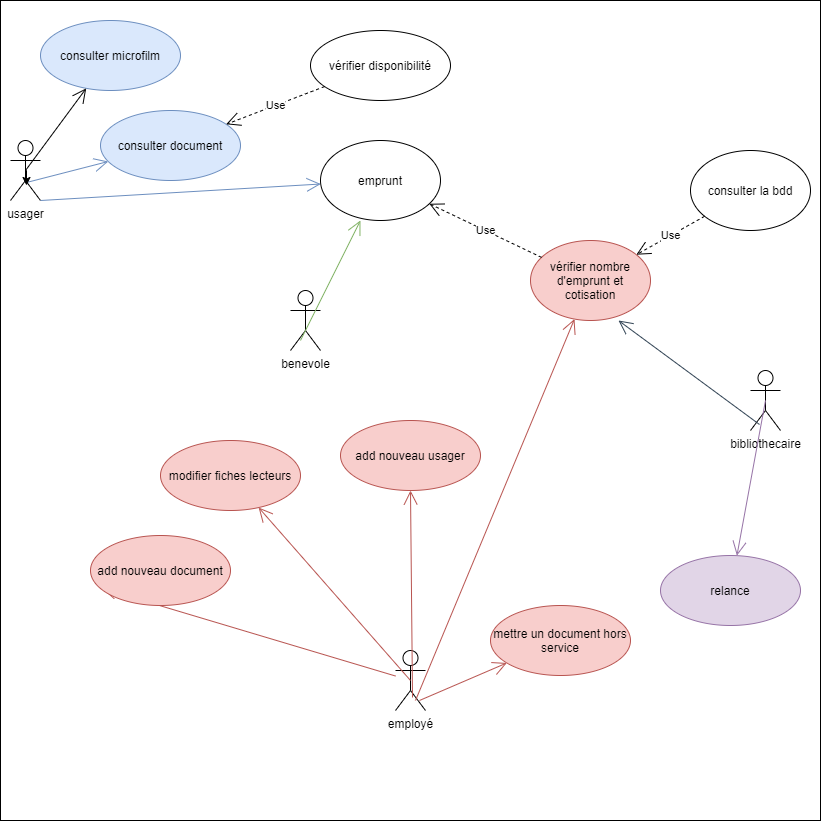
alnarolekoala/CDA keeps this draw.io diagram as Evaluation mediatheque/diagramme cas d'utilisation.png. Above is the earlier version. Source tidied: cells renumbered, new cells last; positions are measured from the earlier drawing's top-left corner, leaving out a move shared by most shapes.
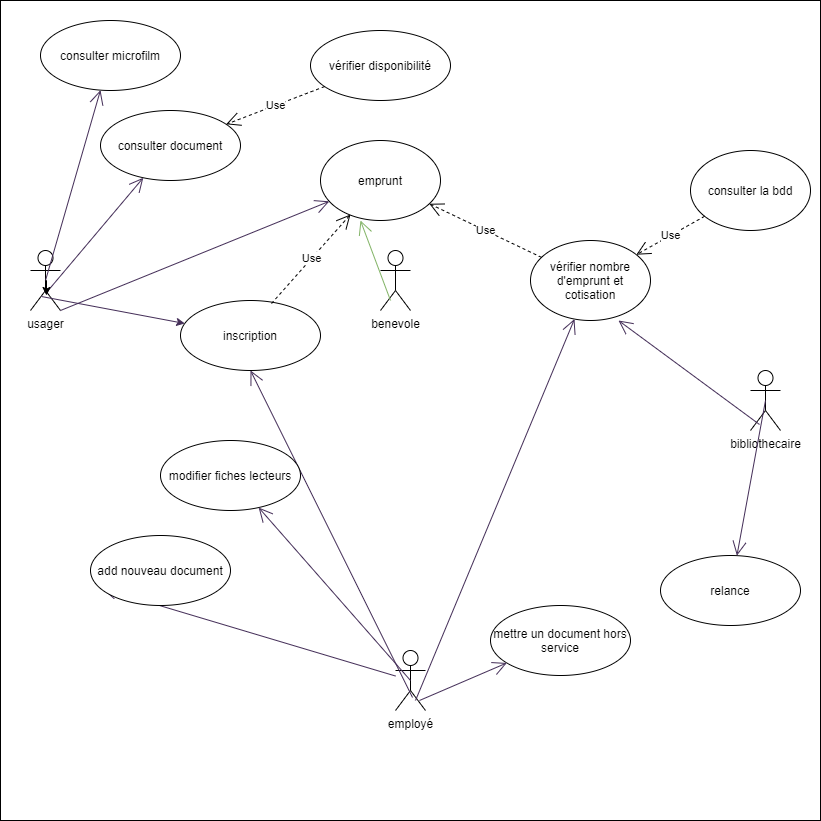
After the commit.

Diff of the diagram source:
```diff
@@ -6,13 +6,13 @@
       <mxGeometry width="820" height="820" as="geometry" />
     </mxCell>
     <mxCell id="3" value="usager" style="shape=umlActor;verticalLabelPosition=bottom;verticalAlign=top;html=1;" parent="1" vertex="1">
-      <mxGeometry x="10" y="140" width="30" height="60" as="geometry" />
+      <mxGeometry x="30" y="250" width="30" height="60" as="geometry" />
     </mxCell>
     <mxCell id="4" value="employé" style="shape=umlActor;verticalLabelPosition=bottom;verticalAlign=top;html=1;" parent="1" vertex="1">
       <mxGeometry x="395" y="650" width="30" height="60" as="geometry" />
     </mxCell>
     <mxCell id="5" value="benevole" style="shape=umlActor;verticalLabelPosition=bottom;verticalAlign=top;html=1;" parent="1" vertex="1">
-      <mxGeometry x="290" y="290" width="30" height="60" as="geometry" />
+      <mxGeometry x="380" y="250" width="30" height="60" as="geometry" />
     </mxCell>
     <mxCell id="6" value="bibliothecaire" style="shape=umlActor;verticalLabelPosition=bottom;verticalAlign=top;html=1;" parent="1" vertex="1">
       <mxGeometry x="750" y="370" width="30" height="60" as="geometry" />
@@ -26,55 +26,55 @@
     <mxCell id="9" value="Use" style="endArrow=open;endSize=12;dashed=1;html=1;" parent="1" edge="1" source="8" target="10">
       <mxGeometry relative="1" as="geometry" />
     </mxCell>
-    <mxCell id="10" value="vérifier nombre d'emprunt et cotisation" style="ellipse;whiteSpace=wrap;html=1;fillColor=#f8cecc;strokeColor=#b85450;" parent="1" vertex="1">
+    <mxCell id="10" value="vérifier nombre d'emprunt et cotisation" style="ellipse;whiteSpace=wrap;html=1;" parent="1" vertex="1">
       <mxGeometry x="530" y="240" width="120" height="80" as="geometry" />
     </mxCell>
     <mxCell id="11" value="Use" style="endArrow=open;endSize=12;dashed=1;html=1;" parent="1" edge="1" source="10" target="7">
       <mxGeometry relative="1" as="geometry" />
     </mxCell>
-    <mxCell id="12" style="endArrow=open;endFill=1;endSize=12;html=1;exitX=1;exitY=1;exitDx=0;exitDy=0;exitPerimeter=0;fillColor=#dae8fc;strokeColor=#6c8ebf;" parent="1" edge="1" source="3" target="7">
+    <mxCell id="12" style="endArrow=open;endFill=1;endSize=12;html=1;exitX=1;exitY=1;exitDx=0;exitDy=0;exitPerimeter=0;fillColor=#76608a;strokeColor=#432D57;" parent="1" edge="1" source="3" target="7">
       <mxGeometry relative="1" as="geometry" />
     </mxCell>
-    <mxCell id="13" style="endArrow=open;endFill=1;endSize=12;html=1;exitX=0.667;exitY=0.833;exitDx=0;exitDy=0;exitPerimeter=0;fillColor=#f8cecc;strokeColor=#b85450;" parent="1" edge="1" source="4" target="10">
+    <mxCell id="13" style="endArrow=open;endFill=1;endSize=12;html=1;exitX=0.667;exitY=0.833;exitDx=0;exitDy=0;exitPerimeter=0;fillColor=#76608a;strokeColor=#432D57;" parent="1" edge="1" source="4" target="10">
       <mxGeometry relative="1" as="geometry" />
     </mxCell>
-    <mxCell id="14" value="consulter document" style="ellipse;whiteSpace=wrap;html=1;fillColor=#dae8fc;strokeColor=#6c8ebf;" parent="1" vertex="1">
+    <mxCell id="14" value="consulter document" style="ellipse;whiteSpace=wrap;html=1;" parent="1" vertex="1">
       <mxGeometry x="100" y="110" width="140" height="70" as="geometry" />
     </mxCell>
-    <mxCell id="15" style="endArrow=open;endFill=1;endSize=12;html=1;exitX=0.533;exitY=0.7;exitDx=0;exitDy=0;exitPerimeter=0;fillColor=#dae8fc;strokeColor=#6c8ebf;" parent="1" edge="1" source="3" target="14">
+    <mxCell id="15" style="endArrow=open;endFill=1;endSize=12;html=1;exitX=0.533;exitY=0.7;exitDx=0;exitDy=0;exitPerimeter=0;fillColor=#76608a;strokeColor=#432D57;" parent="1" edge="1" source="3" target="14">
       <mxGeometry relative="1" as="geometry" />
     </mxCell>
     <mxCell id="16" style="endArrow=open;endFill=1;endSize=12;html=1;exitX=0.333;exitY=0.833;exitDx=0;exitDy=0;exitPerimeter=0;entryX=0.333;entryY=1;entryDx=0;entryDy=0;entryPerimeter=0;fillColor=#d5e8d4;strokeColor=#82b366;" parent="1" edge="1" source="5" target="7">
       <mxGeometry relative="1" as="geometry" />
     </mxCell>
-    <mxCell id="17" value="relance" style="ellipse;whiteSpace=wrap;html=1;fillColor=#e1d5e7;strokeColor=#9673a6;" parent="1" vertex="1">
+    <mxCell id="17" value="relance" style="ellipse;whiteSpace=wrap;html=1;" parent="1" vertex="1">
       <mxGeometry x="660" y="555" width="140" height="70" as="geometry" />
     </mxCell>
-    <mxCell id="18" style="endArrow=open;endFill=1;endSize=12;html=1;entryX=0.086;entryY=0.757;entryDx=0;entryDy=0;entryPerimeter=0;fillColor=#f8cecc;strokeColor=#b85450;" parent="1" edge="1" source="4" target="20">
+    <mxCell id="18" style="endArrow=open;endFill=1;endSize=12;html=1;entryX=0.086;entryY=0.757;entryDx=0;entryDy=0;entryPerimeter=0;fillColor=#76608a;strokeColor=#432D57;" parent="1" edge="1" source="4" target="20">
       <mxGeometry relative="1" as="geometry" />
     </mxCell>
-    <mxCell id="19" style="endArrow=open;endFill=1;endSize=12;html=1;exitX=0.5;exitY=0.5;exitDx=0;exitDy=0;exitPerimeter=0;fillColor=#e1d5e7;strokeColor=#9673a6;" parent="1" edge="1" source="6" target="17">
+    <mxCell id="19" style="endArrow=open;endFill=1;endSize=12;html=1;exitX=0.5;exitY=0.5;exitDx=0;exitDy=0;exitPerimeter=0;fillColor=#76608a;strokeColor=#432D57;" parent="1" edge="1" source="6" target="17">
       <mxGeometry relative="1" as="geometry" />
     </mxCell>
-    <mxCell id="20" value="add nouveau document" style="ellipse;whiteSpace=wrap;html=1;fillColor=#f8cecc;strokeColor=#b85450;" parent="1" vertex="1">
+    <mxCell id="20" value="add nouveau document" style="ellipse;whiteSpace=wrap;html=1;" parent="1" vertex="1">
       <mxGeometry x="90" y="535" width="140" height="70" as="geometry" />
     </mxCell>
-    <mxCell id="21" value="add nouveau usager" style="ellipse;whiteSpace=wrap;html=1;fillColor=#f8cecc;strokeColor=#b85450;" parent="1" vertex="1">
-      <mxGeometry x="340" y="420" width="140" height="70" as="geometry" />
+    <mxCell id="21" value="inscription&lt;br&gt;" style="ellipse;whiteSpace=wrap;html=1;" parent="1" vertex="1">
+      <mxGeometry x="180" y="300" width="140" height="70" as="geometry" />
     </mxCell>
-    <mxCell id="22" style="endArrow=open;endFill=1;endSize=12;html=1;entryX=0.5;entryY=1;entryDx=0;entryDy=0;exitX=0.567;exitY=0.783;exitDx=0;exitDy=0;exitPerimeter=0;fillColor=#f8cecc;strokeColor=#b85450;" parent="1" edge="1" source="4" target="21">
+    <mxCell id="22" style="endArrow=open;endFill=1;endSize=12;html=1;entryX=0.5;entryY=1;entryDx=0;entryDy=0;exitX=0.567;exitY=0.783;exitDx=0;exitDy=0;exitPerimeter=0;fillColor=#76608a;strokeColor=#432D57;" parent="1" edge="1" source="4" target="21">
       <mxGeometry relative="1" as="geometry" />
     </mxCell>
-    <mxCell id="23" value="modifier fiches lecteurs" style="ellipse;whiteSpace=wrap;html=1;fillColor=#f8cecc;strokeColor=#b85450;" parent="1" vertex="1">
+    <mxCell id="23" value="modifier fiches lecteurs" style="ellipse;whiteSpace=wrap;html=1;" parent="1" vertex="1">
       <mxGeometry x="160" y="440" width="140" height="70" as="geometry" />
     </mxCell>
-    <mxCell id="24" style="endArrow=open;endFill=1;endSize=12;html=1;exitX=0.5;exitY=0.5;exitDx=0;exitDy=0;exitPerimeter=0;fillColor=#f8cecc;strokeColor=#b85450;" parent="1" edge="1" source="4" target="23">
+    <mxCell id="24" style="endArrow=open;endFill=1;endSize=12;html=1;exitX=0.5;exitY=0.5;exitDx=0;exitDy=0;exitPerimeter=0;fillColor=#76608a;strokeColor=#432D57;" parent="1" edge="1" source="4" target="23">
       <mxGeometry relative="1" as="geometry" />
     </mxCell>
-    <mxCell id="25" value="mettre un document hors service" style="ellipse;whiteSpace=wrap;html=1;fillColor=#f8cecc;strokeColor=#b85450;" parent="1" vertex="1">
+    <mxCell id="25" value="mettre un document hors service" style="ellipse;whiteSpace=wrap;html=1;" parent="1" vertex="1">
       <mxGeometry x="490" y="605" width="140" height="70" as="geometry" />
     </mxCell>
-    <mxCell id="26" style="endArrow=open;endFill=1;endSize=12;html=1;exitX=0.8;exitY=0.833;exitDx=0;exitDy=0;exitPerimeter=0;fillColor=#f8cecc;strokeColor=#b85450;" parent="1" edge="1" source="4" target="25">
+    <mxCell id="26" style="endArrow=open;endFill=1;endSize=12;html=1;exitX=0.8;exitY=0.833;exitDx=0;exitDy=0;exitPerimeter=0;fillColor=#76608a;strokeColor=#432D57;" parent="1" edge="1" source="4" target="25">
       <mxGeometry relative="1" as="geometry" />
     </mxCell>
     <mxCell id="27" value="Use" style="endArrow=open;endSize=12;dashed=1;html=1;" parent="1" edge="1" source="28" target="14">
@@ -83,17 +83,23 @@
     <mxCell id="28" value="vérifier disponibilité" style="ellipse;whiteSpace=wrap;html=1;" parent="1" vertex="1">
       <mxGeometry x="310" y="30" width="140" height="70" as="geometry" />
     </mxCell>
-    <mxCell id="29" value="consulter microfilm" style="ellipse;whiteSpace=wrap;html=1;fillColor=#dae8fc;strokeColor=#6c8ebf;" parent="1" vertex="1">
+    <mxCell id="29" value="consulter microfilm" style="ellipse;whiteSpace=wrap;html=1;" parent="1" vertex="1">
       <mxGeometry x="40" y="20" width="140" height="70" as="geometry" />
     </mxCell>
-    <mxCell id="30" style="endArrow=open;endFill=1;endSize=12;html=1;exitX=0.5;exitY=0.5;exitDx=0;exitDy=0;exitPerimeter=0;" parent="1" edge="1" source="3" target="29">
+    <mxCell id="30" style="endArrow=open;endFill=1;endSize=12;html=1;exitX=0.5;exitY=0.5;exitDx=0;exitDy=0;exitPerimeter=0;fillColor=#76608a;strokeColor=#432D57;" parent="1" edge="1" source="3" target="29">
       <mxGeometry relative="1" as="geometry" />
     </mxCell>
     <mxCell id="31" style="edgeStyle=orthogonalEdgeStyle;rounded=0;orthogonalLoop=1;jettySize=auto;html=1;exitX=0.5;exitY=0.5;exitDx=0;exitDy=0;exitPerimeter=0;entryX=0.533;entryY=0.75;entryDx=0;entryDy=0;entryPerimeter=0;" parent="1" edge="1" source="3" target="3">
       <mxGeometry relative="1" as="geometry" />
     </mxCell>
-    <mxCell id="32" style="endArrow=open;endFill=1;endSize=12;html=1;fillColor=#647687;strokeColor=#314354;exitX=0.3;exitY=0.9;exitDx=0;exitDy=0;exitPerimeter=0;entryX=0.733;entryY=1;entryDx=0;entryDy=0;entryPerimeter=0;" parent="1" edge="1" source="6" target="10">
+    <mxCell id="32" style="endArrow=open;endFill=1;endSize=12;html=1;fillColor=#76608a;strokeColor=#432D57;exitX=0.3;exitY=0.9;exitDx=0;exitDy=0;exitPerimeter=0;entryX=0.733;entryY=1;entryDx=0;entryDy=0;entryPerimeter=0;" parent="1" edge="1" source="6" target="10">
       <mxGeometry relative="1" as="geometry" />
     </mxCell>
+    <mxCell id="33" style="endArrow=classic;html=1;exitX=0.367;exitY=0.767;exitDx=0;exitDy=0;exitPerimeter=0;fillColor=#76608a;strokeColor=#432D57;" parent="1" edge="1" source="3" target="21">
+      <mxGeometry relative="1" as="geometry" />
+    </mxCell>
+    <mxCell id="34" value="Use" style="endArrow=open;endSize=12;dashed=1;html=1;exitX=0.65;exitY=0.043;exitDx=0;exitDy=0;exitPerimeter=0;entryX=0.25;entryY=0.925;entryDx=0;entryDy=0;entryPerimeter=0;" parent="1" edge="1" source="21" target="7">
+      <mxGeometry relative="1" as="geometry" />
+    </mxCell>
   </root>
 </mxGraphModel>
```
